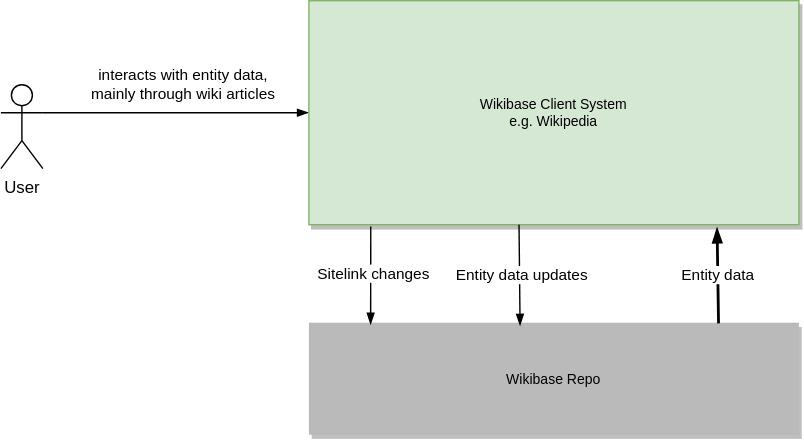
This is systems/WikibaseClient/diagrams/03-business-context.drawio.svg from wmde/wikidata-wikibase-architecture, a draw.io export, as it was before one commit. Source tidied: cells renumbered, new cells last; positions are measured from the earlier drawing's top-left corner, leaving out a move shared by most shapes.
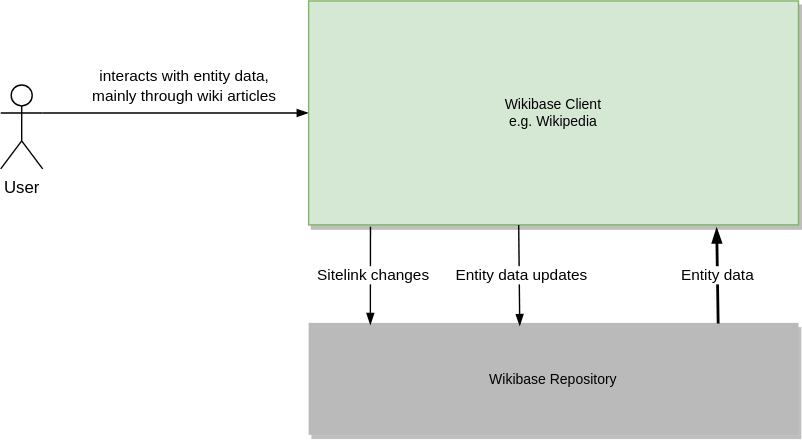
After the commit.

The edit, as a diff of the source:
```diff
@@ -2,7 +2,7 @@
   <root>
     <mxCell id="0" />
     <mxCell id="1" parent="0" />
-    <mxCell id="2" value="Wikibase Repo" style="rounded=0;shadow=1;fontSize=10;fontColor=#000000;strokeColor=none;direction=west;fillColor=#BABABA;" parent="1" vertex="1">
+    <mxCell id="2" value="Wikibase Repository" style="rounded=0;shadow=1;fontSize=10;fontColor=#000000;strokeColor=none;direction=west;fillColor=#BABABA;" parent="1" vertex="1">
       <mxGeometry x="220" y="230" width="350" height="80" as="geometry" />
     </mxCell>
     <mxCell id="3" value="User" style="shape=umlActor;verticalLabelPosition=bottom;verticalAlign=top;html=1;outlineConnect=0;" parent="1" vertex="1">
@@ -16,7 +16,7 @@
         <mxPoint x="-17.5" y="-21" as="offset" />
       </mxGeometry>
     </mxCell>
-    <mxCell id="6" value="Wikibase Client System&#10;e.g. Wikipedia" style="rounded=0;shadow=1;fontSize=10;strokeColor=#82b366;direction=west;fillColor=#d5e8d4;" parent="1" vertex="1">
+    <mxCell id="6" value="Wikibase Client&#10;e.g. Wikipedia" style="rounded=0;shadow=1;fontSize=10;strokeColor=#82b366;direction=west;fillColor=#d5e8d4;" parent="1" vertex="1">
       <mxGeometry x="220" width="350" height="160" as="geometry" />
     </mxCell>
     <mxCell id="7" style="rounded=0;jettySize=auto;html=1;endArrow=blockThin;endFill=1;exitX=0.491;exitY=1.044;exitDx=0;exitDy=0;exitPerimeter=0;entryX=0.874;entryY=0.983;entryDx=0;entryDy=0;entryPerimeter=0;" parent="1" edge="1" target="2">
```
